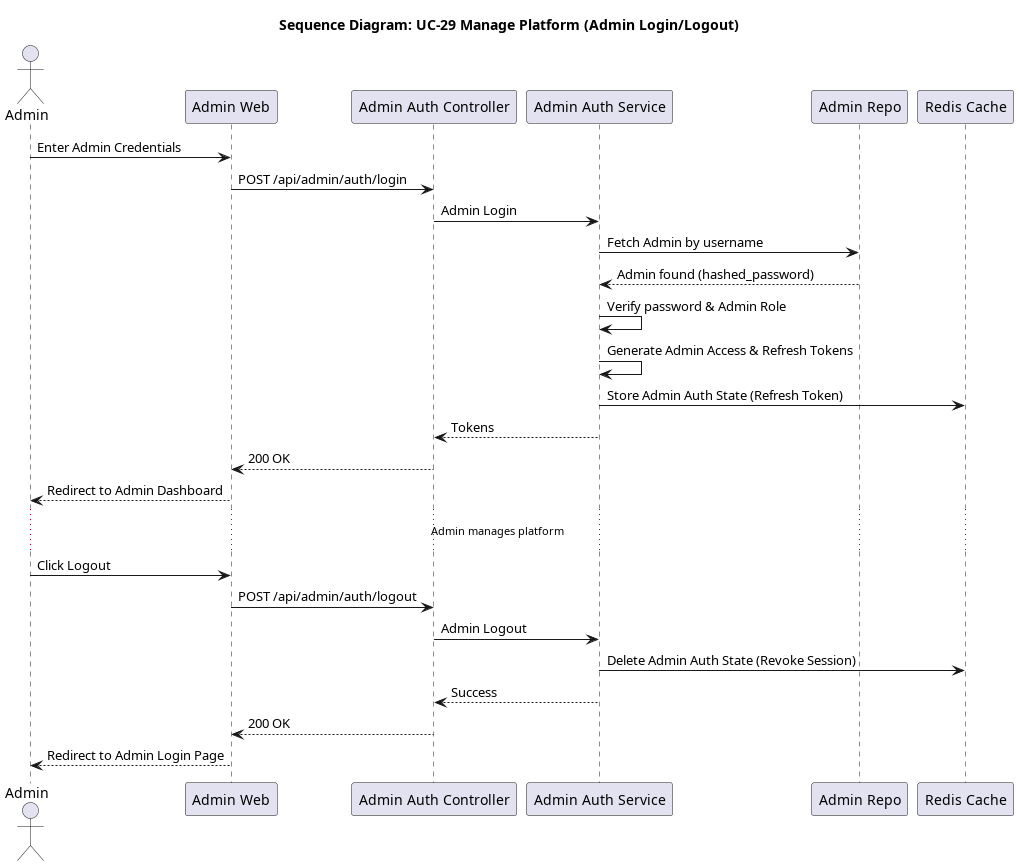
This is docs/srs_add/SAD/diagrams/seq_29_manage_platform.png from giakiet05/lkforum-new, a PlantUML export, as it was before one commit.
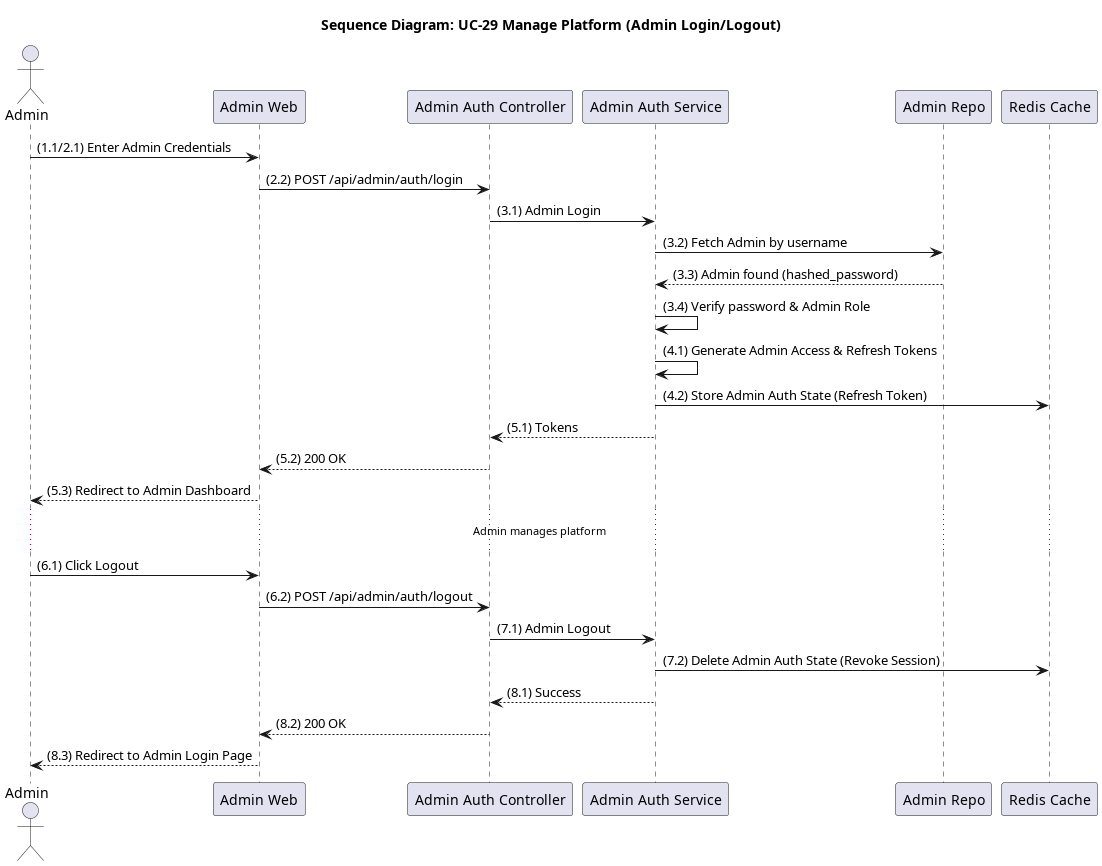
The same diagram one commit later.

Change to the diagram source:
```diff
@@ -8,25 +8,25 @@
 participant "Admin Repo" as Repo
 participant "Redis Cache" as Redis
 
-Admin -> Frontend: Enter Admin Credentials
-Frontend -> Controller: POST /api/admin/auth/login
-Controller -> Service: Admin Login
-Service -> Repo: Fetch Admin by username
-Repo --> Service: Admin found (hashed_password)
-Service -> Service: Verify password & Admin Role
-Service -> Service: Generate Admin Access & Refresh Tokens
-Service -> Redis: Store Admin Auth State (Refresh Token)
-Service --> Controller: Tokens
-Controller --> Frontend: 200 OK
-Frontend --> Admin: Redirect to Admin Dashboard
+Admin -> Frontend: (1.1/2.1) Enter Admin Credentials
+Frontend -> Controller: (2.2) POST /api/admin/auth/login
+Controller -> Service: (3.1) Admin Login
+Service -> Repo: (3.2) Fetch Admin by username
+Repo --> Service: (3.3) Admin found (hashed_password)
+Service -> Service: (3.4) Verify password & Admin Role
+Service -> Service: (4.1) Generate Admin Access & Refresh Tokens
+Service -> Redis: (4.2) Store Admin Auth State (Refresh Token)
+Service --> Controller: (5.1) Tokens
+Controller --> Frontend: (5.2) 200 OK
+Frontend --> Admin: (5.3) Redirect to Admin Dashboard
 
 ... Admin manages platform ...
 
-Admin -> Frontend: Click Logout
-Frontend -> Controller: POST /api/admin/auth/logout
-Controller -> Service: Admin Logout
-Service -> Redis: Delete Admin Auth State (Revoke Session)
-Service --> Controller: Success
-Controller --> Frontend: 200 OK
-Frontend --> Admin: Redirect to Admin Login Page
+Admin -> Frontend: (6.1) Click Logout
+Frontend -> Controller: (6.2) POST /api/admin/auth/logout
+Controller -> Service: (7.1) Admin Logout
+Service -> Redis: (7.2) Delete Admin Auth State (Revoke Session)
+Service --> Controller: (8.1) Success
+Controller --> Frontend: (8.2) 200 OK
+Frontend --> Admin: (8.3) Redirect to Admin Login Page
 @enduml
```
